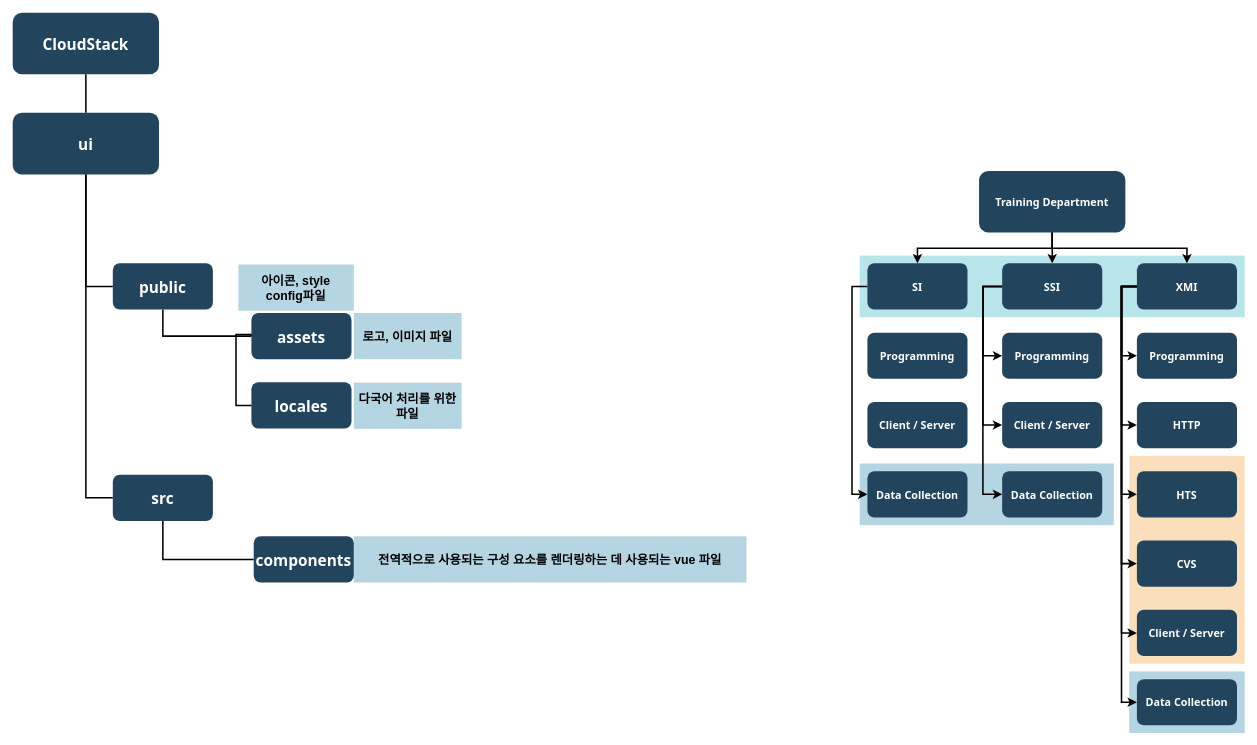
stardom3645/wiki keeps this draw.io diagram as 파일트리 다이어그램.drawio. Above is the earlier version. Source tidied: cells renumbered, new cells numbered last; positions are measured from the earlier drawing's top-left corner, leaving out a move shared by most shapes. Both pictures are drawn from the tidied source at 77%, with x=0, y=0 at pixel (12, 12).
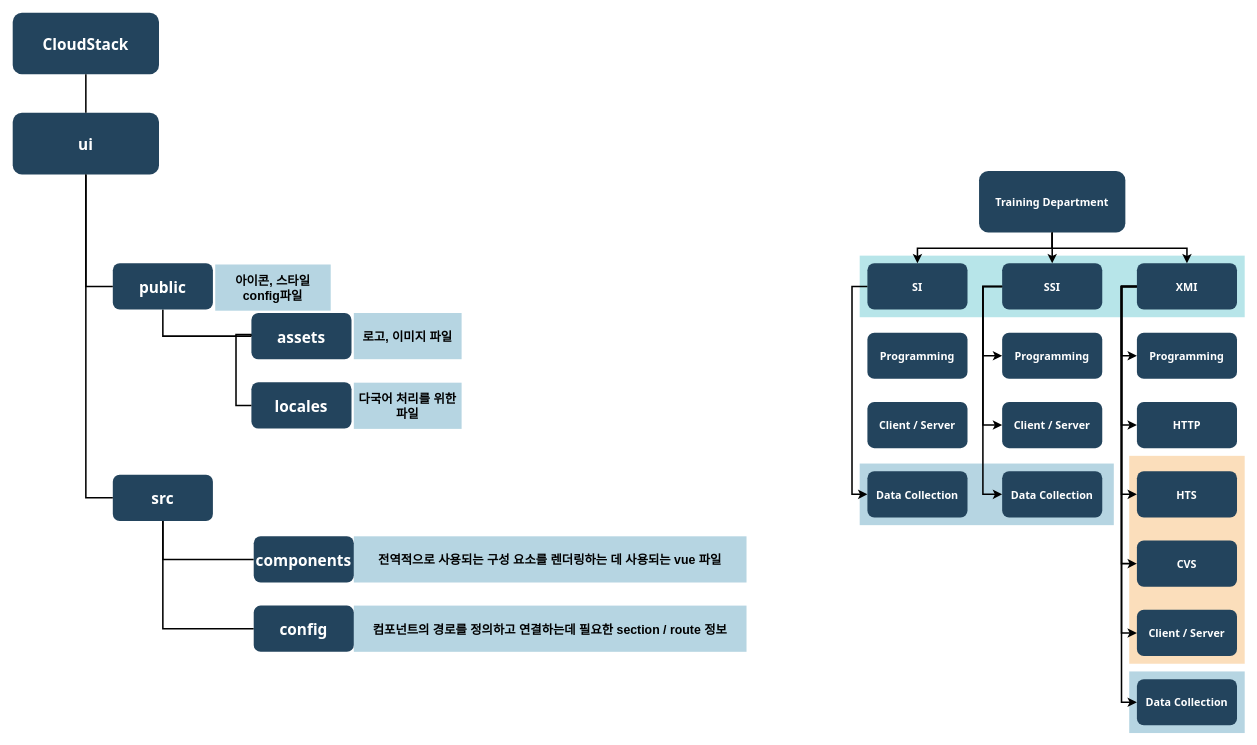
The same diagram, later.

Commit message (it also covers changes not shown here):
파일트리 다이어그램.drawio 업데이트

The change refers to these unchanged cells:
```xml
<mxCell id="12" value="src" style="rounded=1;fillColor=#23445D;gradientColor=none;strokeColor=none;fontColor=#FFFFFF;fontStyle=1;fontFamily=Tahoma;fontSize=20;" parent="1" vertex="1">
  <mxGeometry x="130" y="600" width="130" height="60" as="geometry" />
</mxCell>
```

The edit, as a diff of the source:
```diff
@@
+    <mxCell id="52" style="edgeStyle=orthogonalEdgeStyle;rounded=0;jettySize=auto;html=1;endArrow=none;endFill=0;strokeWidth=2;fontSize=16;exitX=0.5;exitY=1;exitDx=0;exitDy=0;entryX=0;entryY=0.5;entryDx=0;entryDy=0;" parent="1" edge="1" source="12" target="53">
+      <mxGeometry relative="1" as="geometry" />
+    </mxCell>
@@
-    <mxCell id="50" value="아이콘, style &#10;config파일" style="fillColor=#10739E;strokeColor=none;opacity=30;fontStyle=1;fontSize=16;" parent="1" vertex="1">
-      <mxGeometry x="293" y="327" width="150" height="60" as="geometry" />
+    <mxCell id="50" value="아이콘, 스타일&#10;config파일" style="fillColor=#10739E;strokeColor=none;opacity=30;fontStyle=1;fontSize=16;" parent="1" vertex="1">
+      <mxGeometry x="263" y="327" width="150" height="60" as="geometry" />
     </mxCell>
@@
+    <mxCell id="53" value="config" style="rounded=1;fillColor=#23445D;gradientColor=none;strokeColor=none;fontColor=#FFFFFF;fontStyle=1;fontFamily=Tahoma;fontSize=20;" parent="1" vertex="1">
+      <mxGeometry x="313" y="770" width="130" height="60" as="geometry" />
+    </mxCell>
+    <mxCell id="54" value="컴포넌트의 경로를 정의하고 연결하는데 필요한 section / route 정보" style="fillColor=#10739E;strokeColor=none;opacity=30;fontStyle=1;fontSize=16;" parent="1" vertex="1">
+      <mxGeometry x="443" y="770" width="510" height="60" as="geometry" />
+    </mxCell>
```
